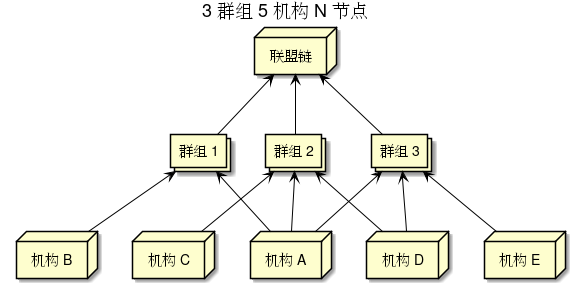
This is Docs/chain_topo_3.png from newtouch-cloud/ansible-for-fisco-bcos, a PlantUML export, as it was before one commit. The source it was exported from:
```plantuml
@startuml
!include <tupadr3/common>
!include <tupadr3/font-awesome/server>
!include <archimate/Archimate>

title 3 群组 5 机构 N 节点

node "联盟链" as LML

collections "群组 1" as Group1
collections "群组 2" as Group2
collections "群组 3" as Group3

node "机构 A" as A
node "机构 B" as B
node "机构 C" as C
node "机构 D" as D
node "机构 E" as E

Group1 -up-> LML
Group2 -up-> LML
Group3 -up-> LML

A -up-> Group1
A -up-> Group2
A -up-> Group3
B -up-> Group1
C -up-> Group2
D -up-> Group2
D -up-> Group3
E -up-> Group3

@enduml
```
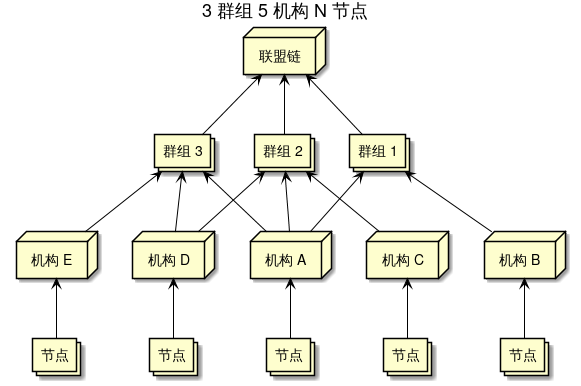
The same file after the commit.

Commit message:
REV: 补充一些代码注释。更新了流程图。

Diff of the diagram source:
```diff
@@ -17,6 +17,12 @@
 node "机构 D" as D
 node "机构 E" as E
 
+collections "节点" as node1
+collections "节点" as node2
+collections "节点" as node3
+collections "节点" as node4
+collections "节点" as node5
+
 Group1 -up-> LML
 Group2 -up-> LML
 Group3 -up-> LML
@@ -30,4 +36,10 @@
 D -up-> Group3
 E -up-> Group3
 
+node1 -up-> A
+node2 -up-> B
+node3 -up-> C
+node4 -up-> D
+node5 -up-> E
+
 @enduml
```
